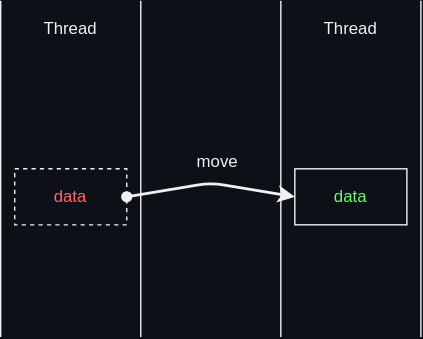
This is docs/rust/send_sync/images/send.drawio.svg from htgithub194/self-study, a draw.io export, as it was before one commit. Source tidied: cells renumbered, new cells last; positions are measured from the earlier drawing's top-left corner, leaving out a move shared by most shapes. Its diagram source:
```xml
<mxGraphModel background="#0D1117">
  <root>
    <mxCell id="0" />
    <mxCell id="1" parent="0" />
    <mxCell id="2" style="endArrow=none;html=1;strokeColor=#F0F0F0;" parent="1" edge="1">
      <mxGeometry relative="1" as="geometry">
        <mxPoint y="240" as="sourcePoint" />
        <mxPoint as="targetPoint" />
      </mxGeometry>
    </mxCell>
    <mxCell id="3" style="endArrow=none;html=1;strokeColor=#F0F0F0;" parent="1" edge="1">
      <mxGeometry relative="1" as="geometry">
        <mxPoint x="100" y="240" as="sourcePoint" />
        <mxPoint x="100" as="targetPoint" />
      </mxGeometry>
    </mxCell>
    <mxCell id="4" value="Thread" style="text;html=1;align=center;verticalAlign=middle;whiteSpace=wrap;rounded=0;fontColor=#F0F0F0;" parent="1" vertex="1">
      <mxGeometry width="100" height="40" as="geometry" />
    </mxCell>
    <mxCell id="5" style="edgeStyle=none;html=1;exitX=1;exitY=0.5;exitDx=0;exitDy=0;entryX=0;entryY=0.5;entryDx=0;entryDy=0;startArrow=oval;startFill=1;strokeColor=#F0F0F0;strokeWidth=2;" parent="1" edge="1" source="6" target="10">
      <mxGeometry relative="1" as="geometry">
        <Array as="points">
          <mxPoint x="150" y="130" />
        </Array>
      </mxGeometry>
    </mxCell>
    <mxCell id="6" value="data" style="text;html=1;align=center;verticalAlign=middle;whiteSpace=wrap;rounded=0;fontColor=#FF6666;strokeColor=#F0F0F0;dashed=1;" parent="1" vertex="1">
      <mxGeometry x="10" y="120" width="80" height="40" as="geometry" />
    </mxCell>
    <mxCell id="7" style="endArrow=none;html=1;strokeColor=#F0F0F0;" parent="1" edge="1">
      <mxGeometry relative="1" as="geometry">
        <mxPoint x="200" y="240" as="sourcePoint" />
        <mxPoint x="200" as="targetPoint" />
      </mxGeometry>
    </mxCell>
    <mxCell id="8" style="endArrow=none;html=1;strokeColor=#F0F0F0;" parent="1" edge="1">
      <mxGeometry relative="1" as="geometry">
        <mxPoint x="300" y="240" as="sourcePoint" />
        <mxPoint x="300" as="targetPoint" />
      </mxGeometry>
    </mxCell>
    <mxCell id="9" value="Thread" style="text;html=1;align=center;verticalAlign=middle;whiteSpace=wrap;rounded=0;fontColor=#F0F0F0;" parent="1" vertex="1">
      <mxGeometry x="200" width="100" height="40" as="geometry" />
    </mxCell>
    <mxCell id="10" value="data" style="text;html=1;align=center;verticalAlign=middle;whiteSpace=wrap;rounded=0;fontColor=#66FF66;strokeColor=#F0F0F0;" parent="1" vertex="1">
      <mxGeometry x="210" y="120" width="80" height="40" as="geometry" />
    </mxCell>
    <mxCell id="11" value="move" style="text;html=1;align=center;verticalAlign=middle;whiteSpace=wrap;rounded=0;fontColor=#F0F0F0;" parent="1" vertex="1">
      <mxGeometry x="130" y="100" width="50" height="30" as="geometry" />
    </mxCell>
  </root>
</mxGraphModel>
```
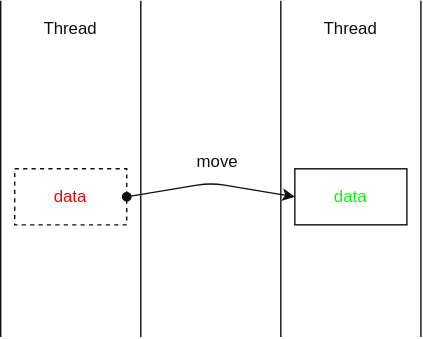
After the commit.

Commit message:
update send & sync

The edit, as a diff of the source:
```diff
@@ -1,51 +1,51 @@
-<mxGraphModel background="#0D1117">
+<mxGraphModel>
   <root>
     <mxCell id="0" />
     <mxCell id="1" parent="0" />
-    <mxCell id="2" style="endArrow=none;html=1;strokeColor=#F0F0F0;" parent="1" edge="1">
+    <mxCell id="2" style="endArrow=none;html=1;strokeColor=light-dark(#0F0F0F,#F0F0F0);" parent="1" edge="1">
       <mxGeometry relative="1" as="geometry">
         <mxPoint y="240" as="sourcePoint" />
         <mxPoint as="targetPoint" />
       </mxGeometry>
     </mxCell>
-    <mxCell id="3" style="endArrow=none;html=1;strokeColor=#F0F0F0;" parent="1" edge="1">
+    <mxCell id="3" style="endArrow=none;html=1;strokeColor=light-dark(#0F0F0F,#F0F0F0);" parent="1" edge="1">
       <mxGeometry relative="1" as="geometry">
         <mxPoint x="100" y="240" as="sourcePoint" />
         <mxPoint x="100" as="targetPoint" />
       </mxGeometry>
     </mxCell>
-    <mxCell id="4" value="Thread" style="text;html=1;align=center;verticalAlign=middle;whiteSpace=wrap;rounded=0;fontColor=#F0F0F0;" parent="1" vertex="1">
+    <mxCell id="4" value="Thread" style="text;html=1;align=center;verticalAlign=middle;whiteSpace=wrap;rounded=0;fontColor=light-dark(#0F0F0F,#F0F0F0);" parent="1" vertex="1">
       <mxGeometry width="100" height="40" as="geometry" />
     </mxCell>
-    <mxCell id="5" style="edgeStyle=none;html=1;exitX=1;exitY=0.5;exitDx=0;exitDy=0;entryX=0;entryY=0.5;entryDx=0;entryDy=0;startArrow=oval;startFill=1;strokeColor=#F0F0F0;strokeWidth=2;" parent="1" edge="1" source="6" target="10">
+    <mxCell id="5" style="edgeStyle=none;html=1;exitX=1;exitY=0.5;exitDx=0;exitDy=0;entryX=0;entryY=0.5;entryDx=0;entryDy=0;startArrow=oval;startFill=1;strokeColor=light-dark(#0F0F0F,#F0F0F0);strokeWidth=1;" parent="1" edge="1" source="6" target="10">
       <mxGeometry relative="1" as="geometry">
         <Array as="points">
           <mxPoint x="150" y="130" />
         </Array>
       </mxGeometry>
     </mxCell>
-    <mxCell id="6" value="data" style="text;html=1;align=center;verticalAlign=middle;whiteSpace=wrap;rounded=0;fontColor=#FF6666;strokeColor=#F0F0F0;dashed=1;" parent="1" vertex="1">
+    <mxCell id="6" value="data" style="text;html=1;align=center;verticalAlign=middle;whiteSpace=wrap;rounded=0;fontColor=light-dark(#FF0000,#FF0000);strokeColor=light-dark(#0F0F0F,#F0F0F0);dashed=1;" parent="1" vertex="1">
       <mxGeometry x="10" y="120" width="80" height="40" as="geometry" />
     </mxCell>
-    <mxCell id="7" style="endArrow=none;html=1;strokeColor=#F0F0F0;" parent="1" edge="1">
+    <mxCell id="7" style="endArrow=none;html=1;strokeColor=light-dark(#0F0F0F,#F0F0F0);" parent="1" edge="1">
       <mxGeometry relative="1" as="geometry">
         <mxPoint x="200" y="240" as="sourcePoint" />
         <mxPoint x="200" as="targetPoint" />
       </mxGeometry>
     </mxCell>
-    <mxCell id="8" style="endArrow=none;html=1;strokeColor=#F0F0F0;" parent="1" edge="1">
+    <mxCell id="8" style="endArrow=none;html=1;strokeColor=light-dark(#0F0F0F,#F0F0F0);" parent="1" edge="1">
       <mxGeometry relative="1" as="geometry">
         <mxPoint x="300" y="240" as="sourcePoint" />
         <mxPoint x="300" as="targetPoint" />
       </mxGeometry>
     </mxCell>
-    <mxCell id="9" value="Thread" style="text;html=1;align=center;verticalAlign=middle;whiteSpace=wrap;rounded=0;fontColor=#F0F0F0;" parent="1" vertex="1">
+    <mxCell id="9" value="Thread" style="text;html=1;align=center;verticalAlign=middle;whiteSpace=wrap;rounded=0;fontColor=light-dark(#0F0F0F,#F0F0F0);" parent="1" vertex="1">
       <mxGeometry x="200" width="100" height="40" as="geometry" />
     </mxCell>
-    <mxCell id="10" value="data" style="text;html=1;align=center;verticalAlign=middle;whiteSpace=wrap;rounded=0;fontColor=#66FF66;strokeColor=#F0F0F0;" parent="1" vertex="1">
+    <mxCell id="10" value="data" style="text;html=1;align=center;verticalAlign=middle;whiteSpace=wrap;rounded=0;fontColor=light-dark(#00FF00,#00FF00);strokeColor=light-dark(#0F0F0F,#F0F0F0);" parent="1" vertex="1">
       <mxGeometry x="210" y="120" width="80" height="40" as="geometry" />
     </mxCell>
-    <mxCell id="11" value="move" style="text;html=1;align=center;verticalAlign=middle;whiteSpace=wrap;rounded=0;fontColor=#F0F0F0;" parent="1" vertex="1">
+    <mxCell id="11" value="move" style="text;html=1;align=center;verticalAlign=middle;whiteSpace=wrap;rounded=0;fontColor=light-dark(#0F0F0F,#F0F0F0);strokeColor=none;" parent="1" vertex="1">
       <mxGeometry x="130" y="100" width="50" height="30" as="geometry" />
     </mxCell>
   </root>
```
